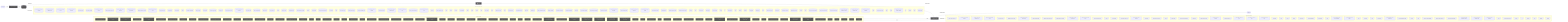
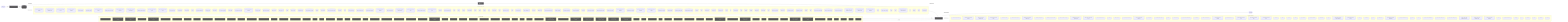
flowchart LR
  UserQ(["👤 User Query"])
  Embed["📐 Embedding Model"]
  VecDB[("📚 Vector Store")]
  Retriever["🔍 Retriever"]
  LLMNode["🧠 LLM / Generator"]
  Output(["✅ Response"])
  UserQ -->|query| Embed
  Embed -->|vector| VecDB
  VecDB -->|top-k chunks| Retriever
  Retriever -->|context + query| LLMNode
  LLMNode -->|generated answer| Output
  subgraph DetectedMemory["Detected memory stores"]
    det_detectedmemory_check_steering_feedback_contract_80134459[("check-steering-feedback-contract")]
    det_detectedmemory_prompt_context_drift_validate_runner_c8ecc6f5[("prompt-context-drift-validate-runner")]
    det_detectedmemory_prompt_context_drift_write_runner_69e6a4fd[("prompt-context-drift-write-runner")]
    det_detectedmemory_normalize_workflow_contracts_8701f1c8[("normalize-workflow-contracts")]
    det_detectedmemory_run_harness_evals_77704768[("run-harness-evals")]
    det_detectedmemory_sync_codex_preflight_7e7a8dc2[("sync-codex-preflight")]
    det_detectedmemory_test_harness_upgrade_matrix_84113c4e[("test-harness-upgrade-matrix")]
    det_detectedmemory_validate_prompt_context_drift_8c949ef6[("validate-prompt-context-drift")]
    det_detectedmemory_validate_runtime_packet_schemas_bc3ba8ec[("validate-runtime-packet-schemas")]
    det_detectedmemory_validate_system_prompt_gap_adoption_62d8c955[("validate-system-prompt-gap-adoption")]
    det_detectedmemory_validate_workflow_contracts_33dc063c[("validate-workflow-contracts")]
+     det_detectedmemory_write_agent_native_ratchet_report_67cdbeea[("write-agent-native-ratchet-report")]
    det_detectedmemory_write_prompt_context_drift_report_71a4e149[("write-prompt-context-drift-report")]
    det_detectedmemory_branch_protect_core_a8feb0fd[("branch-protect-core")]
    det_detectedmemory_ci_migrate_core_7005b5af[("ci-migrate-core")]
    det_detectedmemory_context_health_80bb7da9[("context-health")]
    det_detectedmemory_context_ea7792a2[("context")]
    det_detectedmemory_docs_gate_classification_2f51c90b[("docs-gate-classification")]
    det_detectedmemory_docs_gate_types_d285abb6[("docs-gate-types")]
    det_detectedmemory_index_context_de3ed39d[("index-context")]
    det_detectedmemory_local_memory_preflight_dcc36c42[("local-memory-preflight")]
    det_detectedmemory_memory_gate_a577a506[("memory-gate")]
    det_detectedmemory_next_prompt_context_drift_3c5a93d5[("next-prompt-context-drift")]
    det_detectedmemory_next_recommendation_decisions_03315dd4[("next-recommendation-decisions")]
    det_detectedmemory_next_runner_state_be6fe997[("next-runner-state")]
    det_detectedmemory_pattern_scope_siblings_43abe000[("pattern-scope-siblings")]
    det_detectedmemory_review_context_ca6cf81d[("review-context")]
    det_detectedmemory_review_gate_core_4c8001f9[("review-gate-core")]
    det_detectedmemory_search_24193290[("search")]
    det_detectedmemory_session_context_e5ec72c0[("session-context")]
    det_detectedmemory_tooling_audit_core_328d6a41[("tooling-audit-core")]
    det_detectedmemory_run_local_memory_preflight_36e92808[("run-local-memory-preflight")]
    det_detectedmemory_checker_d2d2328e[("checker")]
    det_detectedmemory_context_health_1_ceb11829[("context-health")]
    det_detectedmemory_prompt_context_drift_surface_c1e30b42[("prompt-context-drift-surface")]
    det_detectedmemory_test_fixtures_c2f936b0[("test-fixtures")]
    det_detectedmemory_types_2_d9bc6e7a[("types")]
    det_detectedmemory_branch_protect_sync_570adb18[("branch-protect-sync")]
    det_detectedmemory_builtin_command_specs_ac7d392e[("builtin-command-specs")]
    det_detectedmemory_command_capability_rules_ca3f496a[("command-capability-rules")]
    det_detectedmemory_command_expected_artifacts_6469c2fb[("command-expected-artifacts")]
    det_detectedmemory_command_specs_core_1c0ffc99[("command-specs-core")]
    det_detectedmemory_local_memory_preflight_command_spec_9e23f3ce[("local-memory-preflight-command-spec")]
    det_detectedmemory_memory_gate_command_spec_dc9001a9[("memory-gate-command-spec")]
    det_detectedmemory_review_gate_command_spec_3187376a[("review-gate-command-spec")]
    det_detectedmemory_session_context_command_spec_973afbb1[("session-context-command-spec")]
    det_detectedmemory_constants_7517017f[("constants")]
    det_detectedmemory_context_compact_policy_3dcaf95d[("context-compact-policy")]
    det_detectedmemory_index_3_7e40d474[("index")]
    det_detectedmemory_indexer_70fa78e5[("indexer")]
    det_detectedmemory_init_error_5c7dd49f[("init-error")]
    det_detectedmemory_lexical_fallback_723e2b3e[("lexical-fallback")]
    det_detectedmemory_ollama_76e3c7bf[("ollama")]
    det_detectedmemory_rollout_a4fa034c[("rollout")]
    det_detectedmemory_sources_878a52fc[("sources")]
    det_detectedmemory_store_824d80d7[("store")]
    det_detectedmemory_sync_contract_c79fa191[("sync-contract")]
    det_detectedmemory_types_8_f6283648[("types")]
    det_detectedmemory_harness_run_context_ac7c77a9[("harness-run-context")]
    det_detectedmemory_index_4_013aa0e3[("index")]
    det_detectedmemory_json_schema_core_96d7e328[("json-schema-core")]
    det_detectedmemory_policy_validators_core_714a3fe7[("policy-validators-core")]
    det_detectedmemory_types_core_e405ddca[("types-core")]
    det_detectedmemory_validator_core_4358f8ba[("validator-core")]
    det_detectedmemory_archive_candidates_scanner_d0931789[("archive-candidates-scanner")]
    det_detectedmemory_archive_candidates_dc0e40e1[("archive-candidates")]
    det_detectedmemory_docs_task_eval_contract_79347457[("docs-task-eval-contract")]
    det_detectedmemory_docs_task_eval_fixtures_44902755[("docs-task-eval-fixtures")]
    det_detectedmemory_init_modes_c05ceb07[("init-modes")]
    det_detectedmemory_project_brain_templates_7ef51530[("project-brain-templates")]
    det_detectedmemory_scaffold_diagram_templates_dd88e83c[("scaffold-diagram-templates")]
    det_detectedmemory_scaffold_doc_templates_f6152330[("scaffold-doc-templates")]
    det_detectedmemory_scaffold_environment_templates_c1ceba6a[("scaffold-environment-templates")]
    det_detectedmemory_scaffold_hook_templates_8c74ab50[("scaffold-hook-templates")]
    det_detectedmemory_scaffold_root_command_templates_404fed7f[("scaffold-root-command-templates")]
    det_detectedmemory_scaffold_script_template_registry_69312d4e[("scaffold-script-template-registry")]
    det_detectedmemory_scaffold_shell_templates_0ad0f915[("scaffold-shell-templates")]
    det_detectedmemory_scaffold_surfaces_12d6494e[("scaffold-surfaces")]
    det_detectedmemory_scaffold_template_registry_b1cce2aa[("scaffold-template-registry")]
    det_detectedmemory_scaffold_workflow_template_92310587[("scaffold-workflow-template")]
    det_detectedmemory_eval_seed_5699fd3e[("eval-seed")]
    det_detectedmemory_index_10_f6785a46[("index")]
    det_detectedmemory_review_context_1_e3afed15[("review-context")]
    det_detectedmemory_memory_gate_1_265164ac[("memory-gate")]
    det_detectedmemory_branch_enforcer_acb749cd[("branch-enforcer")]
    det_detectedmemory_cli_args_5_09ea29f0[("cli-args")]
    det_detectedmemory_cli_7_dc4a9f7f[("cli")]
    det_detectedmemory_metrics_tracker_98cec29c[("metrics-tracker")]
    det_detectedmemory_types_20_071a0112[("types")]
    det_detectedmemory_validator_5_b19ac2be[("validator")]
    det_detectedmemory_classifier_fe1991a9[("classifier")]
    det_detectedmemory_tooling_paths_560ac80d[("tooling-paths")]
    det_detectedmemory_claim_helpers_20dc8387[("claim-helpers")]
    det_detectedmemory_types_25_89d086aa[("types")]
    det_detectedmemory_local_memory_smoke_1175abfc[("local-memory-smoke")]
    det_detectedmemory_local_memory_0db17ecc[("local-memory")]
    det_detectedmemory_performance_overload_c685bfcf[("performance-overload")]
    det_detectedmemory_suggestion_generator_0956f794[("suggestion-generator")]
    det_detectedmemory_git_head_7346fd6a[("git-head")]
    det_detectedmemory_index_12_762ec91b[("index")]
    det_detectedmemory_prompt_context_drift_builder_a451c7dd[("prompt-context-drift-builder")]
    det_detectedmemory_prompt_context_drift_report_3257a95c[("prompt-context-drift-report")]
    det_detectedmemory_prompt_context_drift_types_ba6863d4[("prompt-context-drift-types")]
    det_detectedmemory_prompt_context_drift_validation_evidence_21f0336f[("prompt-context-drift-validation-evidence")]
    det_detectedmemory_prompt_context_drift_validation_utils_2285f4ac[("prompt-context-drift-validation-utils")]
    det_detectedmemory_prompt_context_drift_validation_8fc01719[("prompt-context-drift-validation")]
    det_detectedmemory_index_13_97df39c8[("index")]
    det_detectedmemory_prompt_context_receipt_17b862b2[("prompt-context-receipt")]
    det_detectedmemory_types_32_bfe791ff[("types")]
    det_detectedmemory_policy_1_fc4198db[("policy")]
    det_detectedmemory_runtime_card_codex_runtime_validation_d8ce9934[("runtime-card-codex-runtime-validation")]
    det_detectedmemory_cli_12_01c06c37[("cli")]
    det_detectedmemory_collector_0736fd5b[("collector")]
    det_detectedmemory_types_35_93e66c64[("types")]
    det_detectedmemory_overload_guard_2748c559[("overload-guard")]
  end
  VecDB -. "implemented by" .-> DetectedMemory
  subgraph DetectedLLM["Detected LLM clients"]
    det_detectedllm_check_codex_agent_roles_5bb2e89b["check-codex-agent-roles"]
    det_detectedllm_check_steering_feedback_contract_80134459["check-steering-feedback-contract"]
    det_detectedllm_prompt_context_drift_validate_runner_c8ecc6f5["prompt-context-drift-validate-runner"]
    det_detectedllm_prompt_context_drift_write_runner_69e6a4fd["prompt-context-drift-write-runner"]
    det_detectedllm_run_harness_evals_77704768["run-harness-evals"]
    det_detectedllm_validate_decision_request_2e5c325e["validate-decision-request"]
    det_detectedllm_validate_goal_completion_audit_receipt_100d252c["validate-goal-completion-audit-receipt"]
    det_detectedllm_validate_packaged_skill_5e32c890["validate-packaged-skill"]
    det_detectedllm_validate_prompt_context_drift_8c949ef6["validate-prompt-context-drift"]
    det_detectedllm_validate_reviewer_coverage_251efee3["validate-reviewer-coverage"]
    det_detectedllm_validate_system_prompt_gap_adoption_62d8c955["validate-system-prompt-gap-adoption"]
    det_detectedllm_write_prompt_context_drift_report_71a4e149["write-prompt-context-drift-report"]
    det_detectedllm_check_environment_core_2c16213f["check-environment-core"]
    det_detectedllm_context_ea7792a2["context"]
    det_detectedllm_index_context_de3ed39d["index-context"]
    det_detectedllm_next_prompt_context_drift_3c5a93d5["next-prompt-context-drift"]
    det_detectedllm_next_recommendation_decisions_03315dd4["next-recommendation-decisions"]
    det_detectedllm_prompt_gate_c5e9d207["prompt-gate"]
    det_detectedllm_remediate_runner_helpers_929fedcc["remediate-runner-helpers"]
    det_detectedllm_search_24193290["search"]
    det_detectedllm_context_health_1_ceb11829["context-health"]
    det_detectedllm_prompt_context_drift_surface_c1e30b42["prompt-context-drift-surface"]
    det_detectedllm_test_fixtures_c2f936b0["test-fixtures"]
    det_detectedllm_builtin_command_specs_ac7d392e["builtin-command-specs"]
    det_detectedllm_command_expected_artifacts_6469c2fb["command-expected-artifacts"]
    det_detectedllm_command_specs_core_1c0ffc99["command-specs-core"]
    det_detectedllm_pilot_evaluate_command_spec_1084ea72["pilot-evaluate-command-spec"]
    det_detectedllm_pilot_rollback_command_spec_4fe69f7d["pilot-rollback-command-spec"]
    det_detectedllm_prompt_gate_command_spec_9a941482["prompt-gate-command-spec"]
    det_detectedllm_constants_7517017f["constants"]
    det_detectedllm_index_3_7e40d474["index"]
    det_detectedllm_indexer_70fa78e5["indexer"]
    det_detectedllm_ollama_76e3c7bf["ollama"]
    det_detectedllm_sync_contract_c79fa191["sync-contract"]
    det_detectedllm_north_star_validators_cfc926ce["north-star-validators"]
    det_detectedllm_hilt_boundary_9b36fb15["hilt-boundary"]
    det_detectedllm_types_10_75e5a4a0["types"]
    det_detectedllm_goal_completion_audit_receipt_validation_9d0f4891["goal-completion-audit-receipt-validation"]
    det_detectedllm_goal_completion_audit_receipt_5e4939c3["goal-completion-audit-receipt"]
    det_detectedllm_index_5_522f772a["index"]
    det_detectedllm_constants_1_a84e15f0["constants"]
    det_detectedllm_types_18_37582e2a["types"]
    det_detectedllm_sensitive_text_7c11f760["sensitive-text"]
    det_detectedllm_pr_template_linked_issue_relationship_a7b61f2c["pr-template-linked-issue-relationship"]
    det_detectedllm_pr_template_validator_rules_20a32d6b["pr-template-validator-rules"]
    det_detectedllm_git_head_7346fd6a["git-head"]
    det_detectedllm_index_12_762ec91b["index"]
    det_detectedllm_prompt_context_drift_builder_a451c7dd["prompt-context-drift-builder"]
    det_detectedllm_prompt_context_drift_report_3257a95c["prompt-context-drift-report"]
    det_detectedllm_prompt_context_drift_types_ba6863d4["prompt-context-drift-types"]
    det_detectedllm_prompt_context_drift_validation_evidence_21f0336f["prompt-context-drift-validation-evidence"]
    det_detectedllm_prompt_context_drift_validation_utils_2285f4ac["prompt-context-drift-validation-utils"]
    det_detectedllm_prompt_context_drift_validation_8fc01719["prompt-context-drift-validation"]
    det_detectedllm_index_13_97df39c8["index"]
    det_detectedllm_prompt_context_receipt_17b862b2["prompt-context-receipt"]
    det_detectedllm_cli_args_9_9c136878["cli-args"]
    det_detectedllm_cli_11_338a8415["cli"]
    det_detectedllm_sections_4697ef32["sections"]
    det_detectedllm_types_28_4476fcc6["types"]
    det_detectedllm_validator_7_f836eb0e["validator"]
    det_detectedllm_cli_args_10_861cdd3f["cli-args"]
  end
  LLMNode -. "implemented by" .-> DetectedLLM
  subgraph DetectedTools["Agentic tool calls"]
    det_detectedtools_check_codex_agent_roles_5bb2e89b["🔧 check-codex-agent-roles"]
    det_detectedtools_check_steering_feedback_contract_80134459["🔧 check-steering-feedback-contract"]
    det_detectedtools_check_tooling_baseline_parity_3124b30a["🔧 check-tooling-baseline-parity"]
    det_detectedtools_run_harness_evals_77704768["🔧 run-harness-evals"]
    det_detectedtools_validate_action_review_receipt_fa2f06c3["🔧 validate-action-review-receipt"]
    det_detectedtools_validate_packaged_skill_5e32c890["🔧 validate-packaged-skill"]
    det_detectedtools_validate_replay_packet_f309747e["🔧 validate-replay-packet"]
    det_detectedtools_ci_migrate_core_7005b5af["🔧 ci-migrate-core"]
    det_detectedtools_doctor_checks_5a2eb2b9["🔧 doctor-checks"]
    det_detectedtools_doctor_github_tool_check_e0a938df["🔧 doctor-github-tool-check"]
    det_detectedtools_doctor_github_tool_checks_a53b0382["🔧 doctor-github-tool-checks"]
    det_detectedtools_doctor_tool_checks_4acac51a["🔧 doctor-tool-checks"]
    det_detectedtools_fleet_plan_repo_ecdc6499["🔧 fleet-plan-repo"]
    det_detectedtools_next_blocked_decisions_4140ad2b["🔧 next-blocked-decisions"]
    det_detectedtools_next_pr_closeout_contract_af31d30a["🔧 next-pr-closeout-contract"]
    det_detectedtools_policy_gate_213f7313["🔧 policy-gate"]
    det_detectedtools_remediate_cli_output_cc165396["🔧 remediate-cli-output"]
    det_detectedtools_remediate_runner_helpers_929fedcc["🔧 remediate-runner-helpers"]
    det_detectedtools_review_gate_core_4c8001f9["🔧 review-gate-core"]
    det_detectedtools_index_1bc04b52["🔧 index"]
    det_detectedtools_types_1_4ecdf56e["🔧 types"]
    det_detectedtools_validation_constants_e002a0f6["🔧 validation-constants"]
    det_detectedtools_validation_98c41dcd["🔧 validation"]
    det_detectedtools_checker_d2d2328e["🔧 checker"]
    det_detectedtools_shared_state_policy_edc9c4db["🔧 shared-state-policy"]
    det_detectedtools_cli_args_1_6144b055["🔧 cli-args"]
    det_detectedtools_command_capabilities_a4d5c71e["🔧 command-capabilities"]
    det_detectedtools_command_capability_rules_ca3f496a["🔧 command-capability-rules"]
    det_detectedtools_linear_command_actions_e430f4f4["🔧 linear-command-actions"]
    det_detectedtools_linear_command_runner_4a740dfc["🔧 linear-command-runner"]
    det_detectedtools_policy_validators_core_714a3fe7["🔧 policy-validators-core"]
    det_detectedtools_shared_state_action_validator_e7b128cd["🔧 shared-state-action-validator"]
    det_detectedtools_types_core_e405ddca["🔧 types-core"]
    det_detectedtools_validator_core_4358f8ba["🔧 validator-core"]
    det_detectedtools_validator_helpers_7b927667["🔧 validator-helpers"]
    det_detectedtools_he_phase_exit_core_1148895b["🔧 he-phase-exit-core"]
    det_detectedtools_environment_runtime_3206f0a8["🔧 environment-runtime"]
    det_detectedtools_observed_skill_usage_ed7d5930["🔧 observed-skill-usage"]
    det_detectedtools_closure_evidence_aaa31467["🔧 closure-evidence"]
    det_detectedtools_pr_creator_dc6b1ea4["🔧 pr-creator"]
    det_detectedtools_client_948fe603["🔧 client"]
    det_detectedtools_init_output_360dce91["🔧 init-output"]
    det_detectedtools_scaffold_ci_templates_2afd6392["🔧 scaffold-ci-templates"]
    det_detectedtools_scaffold_codex_environment_templates_334fbbed["🔧 scaffold-codex-environment-templates"]
    det_detectedtools_scaffold_config_templates_4b80ce53["🔧 scaffold-config-templates"]
    det_detectedtools_scaffold_environment_templates_c1ceba6a["🔧 scaffold-environment-templates"]
    det_detectedtools_scaffold_github_actions_pr_pipeline_renderer_1ee18de5["🔧 scaffold-github-actions-pr-pipeline-renderer"]
    det_detectedtools_scaffold_github_actions_pr_pipeline_template_e2b85f62["🔧 scaffold-github-actions-pr-pipeline-template"]
    det_detectedtools_scaffold_package_command_template_80e32e83["🔧 scaffold-package-command-template"]
    det_detectedtools_scaffold_release_private_npm_template_075499f8["🔧 scaffold-release-private-npm-template"]
    det_detectedtools_constants_1_a84e15f0["🔧 constants"]
    det_detectedtools_index_9_32dd4d91["🔧 index"]
    det_detectedtools_validation_common_6161e48b["🔧 validation-common"]
    det_detectedtools_cli_7_dc4a9f7f["🔧 cli"]
    det_detectedtools_metrics_tracker_98cec29c["🔧 metrics-tracker"]
    det_detectedtools_normalise_renderer_85f2e563["🔧 normalise-renderer"]
    det_detectedtools_evaluation_engine_core_e054fe49["🔧 evaluation-engine-core"]
    det_detectedtools_tooling_baseline_50ab2eeb["🔧 tooling-baseline"]
    det_detectedtools_tooling_paths_560ac80d["🔧 tooling-paths"]
    det_detectedtools_prompt_context_drift_report_3257a95c["🔧 prompt-context-drift-report"]
    det_detectedtools_prompt_context_drift_types_ba6863d4["🔧 prompt-context-drift-types"]
    det_detectedtools_prompt_context_drift_validation_utils_2285f4ac["🔧 prompt-context-drift-validation-utils"]
    det_detectedtools_replay_packet_a1293f88["🔧 replay-packet"]
    det_detectedtools_index_14_d982116c["🔧 index"]
    det_detectedtools_review_lifecycle_contract_e5447221["🔧 review-lifecycle-contract"]
    det_detectedtools_review_lifecycle_89afa64c["🔧 review-lifecycle"]
    det_detectedtools_runtime_card_codex_runtime_validation_d8ce9934["🔧 runtime-card-codex-runtime-validation"]
    det_detectedtools_runtime_card_codex_runtime_0655e230["🔧 runtime-card-codex-runtime"]
    det_detectedtools_runtime_evidence_bundle_d471a232["🔧 runtime-evidence-bundle"]
    det_detectedtools_types_37_32ccf9f9["🔧 types"]
    det_detectedtools_index_17_642943a2["🔧 index"]
    det_detectedtools_projection_1b250ea1["🔧 projection"]
    det_detectedtools_types_39_d07de160["🔧 types"]
    det_detectedtools_validation_8_b9fa10af["🔧 validation"]
  end
  LLMNode -->|tool use| DetectedTools
  DetectedTools -->|result| LLMNode
  classDef memNode fill:#555,color:#fff
  class VecDB,Retriever memNode
  classDef llmNode fill:#555,color:#fff
  class LLMNode,Embed llmNode
  classDef toolNode fill:#555,color:#fff
  class det_detectedtools_check_codex_agent_roles_5bb2e89b,det_detectedtools_check_steering_feedback_contract_80134459,det_detectedtools_check_tooling_baseline_parity_3124b30a,det_detectedtools_run_harness_evals_77704768,det_detectedtools_validate_action_review_receipt_fa2f06c3,det_detectedtools_validate_packaged_skill_5e32c890,det_detectedtools_validate_replay_packet_f309747e,det_detectedtools_ci_migrate_core_7005b5af,det_detectedtools_doctor_checks_5a2eb2b9,det_detectedtools_doctor_github_tool_check_e0a938df,det_detectedtools_doctor_github_tool_checks_a53b0382,det_detectedtools_doctor_tool_checks_4acac51a,det_detectedtools_fleet_plan_repo_ecdc6499,det_detectedtools_next_blocked_decisions_4140ad2b,det_detectedtools_next_pr_closeout_contract_af31d30a,det_detectedtools_policy_gate_213f7313,det_detectedtools_remediate_cli_output_cc165396,det_detectedtools_remediate_runner_helpers_929fedcc,det_detectedtools_review_gate_core_4c8001f9,det_detectedtools_index_1bc04b52,det_detectedtools_types_1_4ecdf56e,det_detectedtools_validation_constants_e002a0f6,det_detectedtools_validation_98c41dcd,det_detectedtools_checker_d2d2328e,det_detectedtools_shared_state_policy_edc9c4db,det_detectedtools_cli_args_1_6144b055,det_detectedtools_command_capabilities_a4d5c71e,det_detectedtools_command_capability_rules_ca3f496a,det_detectedtools_linear_command_actions_e430f4f4,det_detectedtools_linear_command_runner_4a740dfc,det_detectedtools_policy_validators_core_714a3fe7,det_detectedtools_shared_state_action_validator_e7b128cd,det_detectedtools_types_core_e405ddca,det_detectedtools_validator_core_4358f8ba,det_detectedtools_validator_helpers_7b927667,det_detectedtools_he_phase_exit_core_1148895b,det_detectedtools_environment_runtime_3206f0a8,det_detectedtools_observed_skill_usage_ed7d5930,det_detectedtools_closure_evidence_aaa31467,det_detectedtools_pr_creator_dc6b1ea4,det_detectedtools_client_948fe603,det_detectedtools_init_output_360dce91,det_detectedtools_scaffold_ci_templates_2afd6392,det_detectedtools_scaffold_codex_environment_templates_334fbbed,det_detectedtools_scaffold_config_templates_4b80ce53,det_detectedtools_scaffold_environment_templates_c1ceba6a,det_detectedtools_scaffold_github_actions_pr_pipeline_renderer_1ee18de5,det_detectedtools_scaffold_github_actions_pr_pipeline_template_e2b85f62,det_detectedtools_scaffold_package_command_template_80e32e83,det_detectedtools_scaffold_release_private_npm_template_075499f8,det_detectedtools_constants_1_a84e15f0,det_detectedtools_index_9_32dd4d91,det_detectedtools_validation_common_6161e48b,det_detectedtools_cli_7_dc4a9f7f,det_detectedtools_metrics_tracker_98cec29c,det_detectedtools_normalise_renderer_85f2e563,det_detectedtools_evaluation_engine_core_e054fe49,det_detectedtools_tooling_baseline_50ab2eeb,det_detectedtools_tooling_paths_560ac80d,det_detectedtools_prompt_context_drift_report_3257a95c,det_detectedtools_prompt_context_drift_types_ba6863d4,det_detectedtools_prompt_context_drift_validation_utils_2285f4ac,det_detectedtools_replay_packet_a1293f88,det_detectedtools_index_14_d982116c,det_detectedtools_review_lifecycle_contract_e5447221,det_detectedtools_review_lifecycle_89afa64c,det_detectedtools_runtime_card_codex_runtime_validation_d8ce9934,det_detectedtools_runtime_card_codex_runtime_0655e230,det_detectedtools_runtime_evidence_bundle_d471a232,det_detectedtools_types_37_32ccf9f9,det_detectedtools_index_17_642943a2,det_detectedtools_projection_1b250ea1,det_detectedtools_types_39_d07de160,det_detectedtools_validation_8_b9fa10af toolNode
